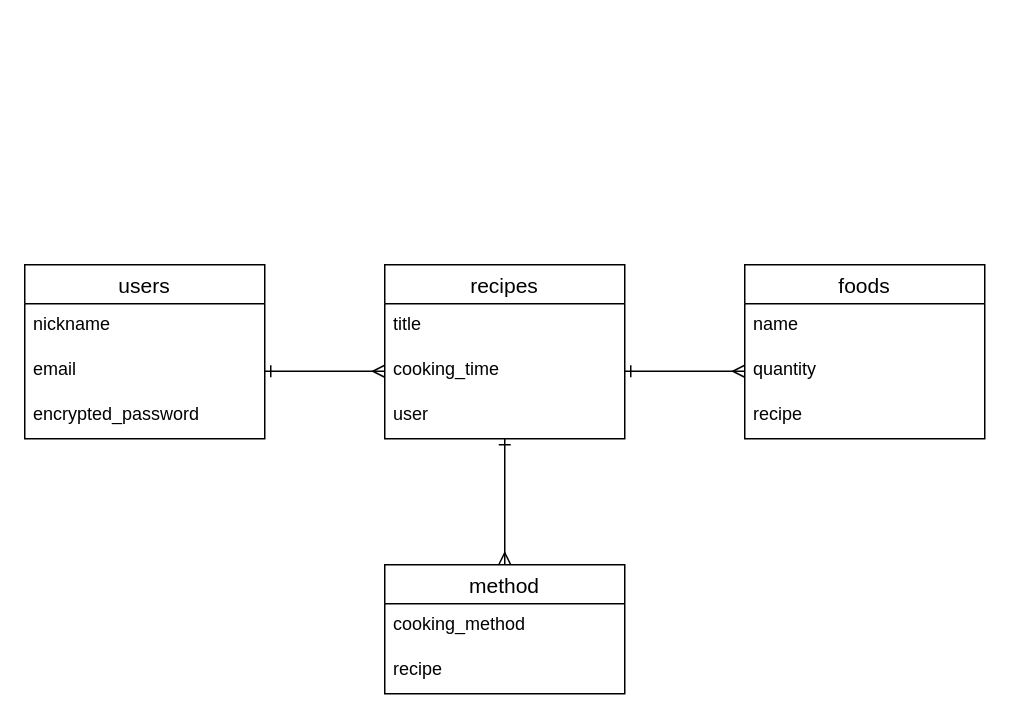
The draw.io diagram rondom-recipe.dio in hirosetino/random-recipe, before the edit. Source tidied: cells renumbered, new cells numbered last; positions are measured from the earlier drawing's top-left corner, leaving out a move shared by most shapes. Both pictures are drawn from the tidied source at 150%, with x=0, y=0 at pixel (24, 264).
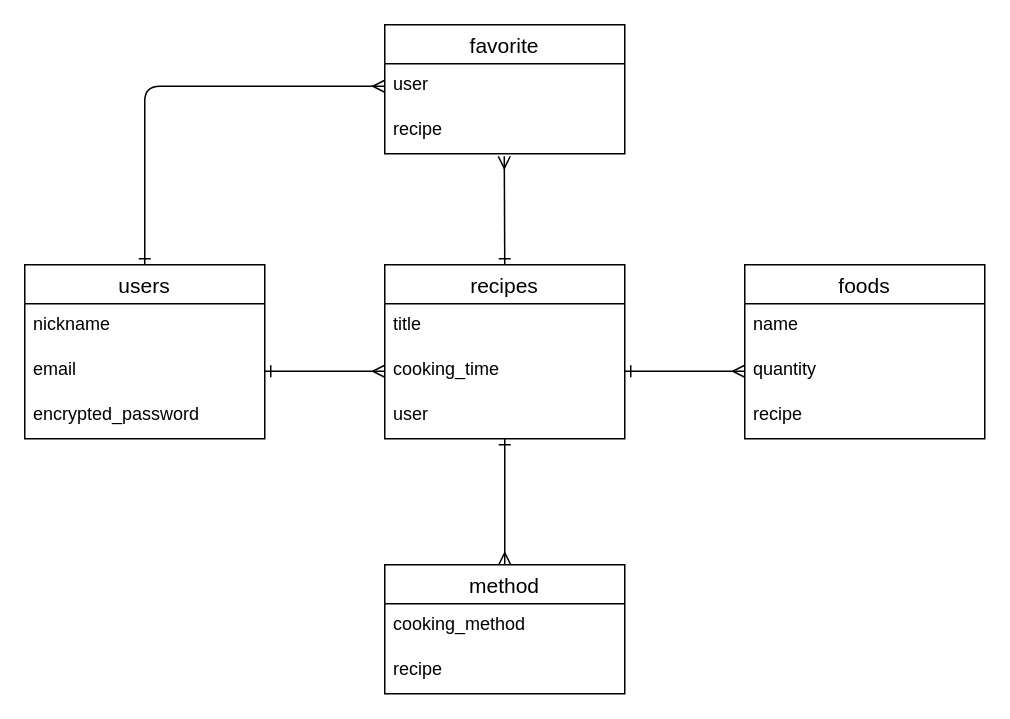
Above is the later version.

Commit message (it also covers changes not shown here):
データベース設計

The change refers to these unchanged cells:
```xml
<mxCell id="2" value="users" style="swimlane;fontStyle=0;horizontal=1;startSize=26;align=center;fontSize=14;" parent="1" vertex="1">
  <mxGeometry width="160" height="116" as="geometry" />
</mxCell>
<mxCell id="6" value="recipes" style="swimlane;fontStyle=0;horizontal=1;startSize=26;align=center;fontSize=14;" parent="1" vertex="1">
  <mxGeometry x="240" width="160" height="116" as="geometry" />
</mxCell>
```

The edit, as a diff of the source:
```diff
@@
+    <mxCell id="20" style="edgeStyle=orthogonalEdgeStyle;html=1;exitX=0.5;exitY=0;exitDx=0;exitDy=0;entryX=0;entryY=0.5;entryDx=0;entryDy=0;shadow=0;startArrow=ERone;startFill=0;endArrow=ERmany;endFill=0;" parent="1" edge="1" source="2" target="22">
+      <mxGeometry relative="1" as="geometry" />
+    </mxCell>
@@
+    <mxCell id="21" value="favorite" style="swimlane;fontStyle=0;horizontal=1;startSize=26;align=center;fontSize=14;" parent="1" vertex="1">
+      <mxGeometry x="240" y="-160" width="160" height="86" as="geometry" />
+    </mxCell>
+    <mxCell id="22" value="user" style="text;strokeColor=none;fillColor=none;spacingLeft=4;spacingRight=4;overflow=hidden;points=[[0,0.5],[1,0.5]];portConstraint=eastwest;fontSize=12;" parent="21" vertex="1">
+      <mxGeometry y="26" width="160" height="30" as="geometry" />
+    </mxCell>
+    <mxCell id="23" value="recipe" style="text;strokeColor=none;fillColor=none;spacingLeft=4;spacingRight=4;overflow=hidden;points=[[0,0.5],[1,0.5]];portConstraint=eastwest;fontSize=12;" parent="21" vertex="1">
+      <mxGeometry y="56" width="160" height="30" as="geometry" />
+    </mxCell>
+    <mxCell id="24" style="edgeStyle=none;html=1;exitX=0.5;exitY=0;exitDx=0;exitDy=0;startArrow=ERone;startFill=0;endArrow=ERmany;endFill=0;entryX=0.498;entryY=1.056;entryDx=0;entryDy=0;entryPerimeter=0;" parent="1" edge="1" source="6" target="23">
+      <mxGeometry relative="1" as="geometry" />
+    </mxCell>
```
